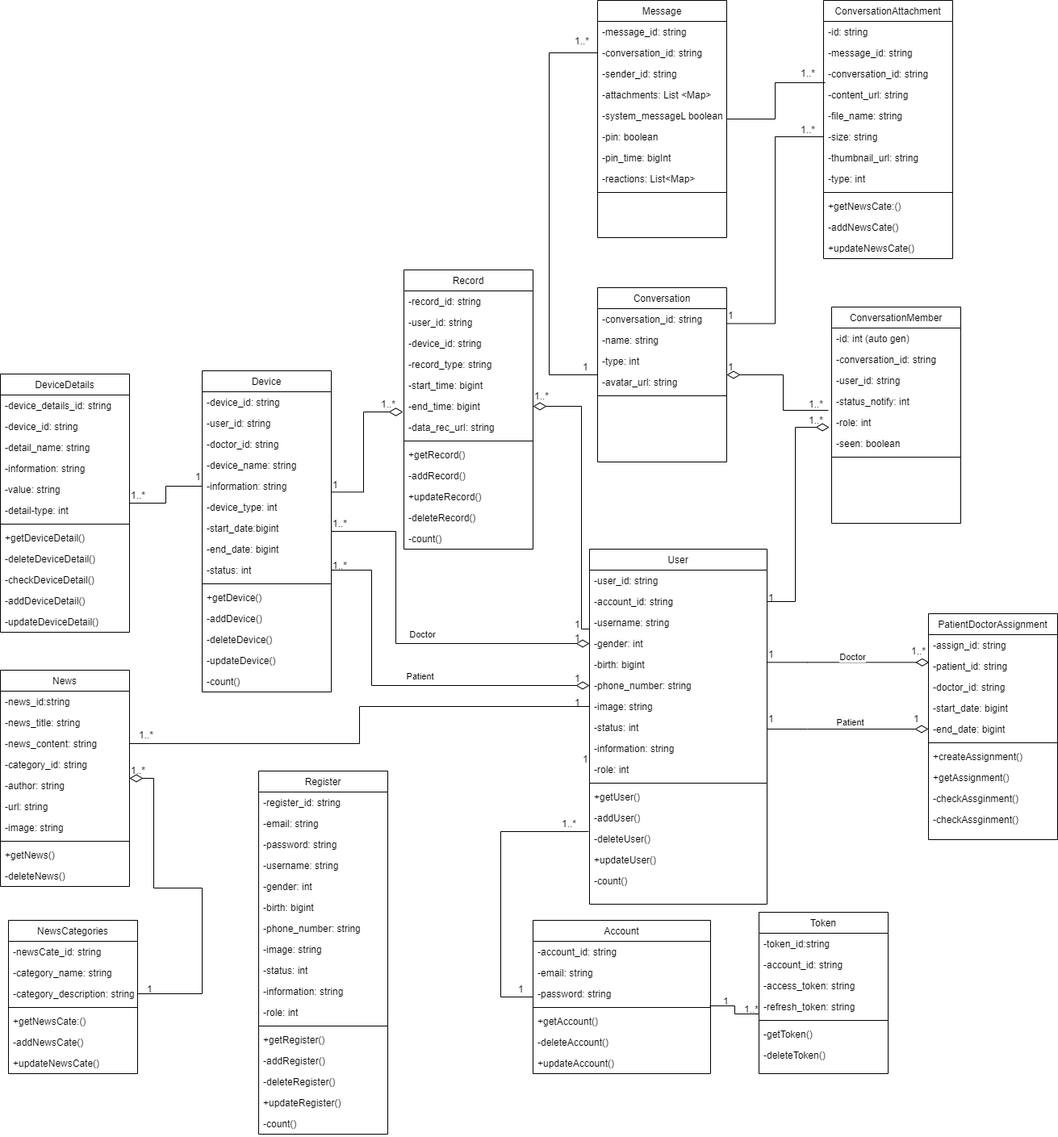
This is latex_thesis/Images/UML/UMl.drawio.png from techcomrade/fmECG, a draw.io export, as it was before one commit. Source tidied: cells renumbered, new cells last; positions are measured from the earlier drawing's top-left corner, leaving out a move shared by most shapes.
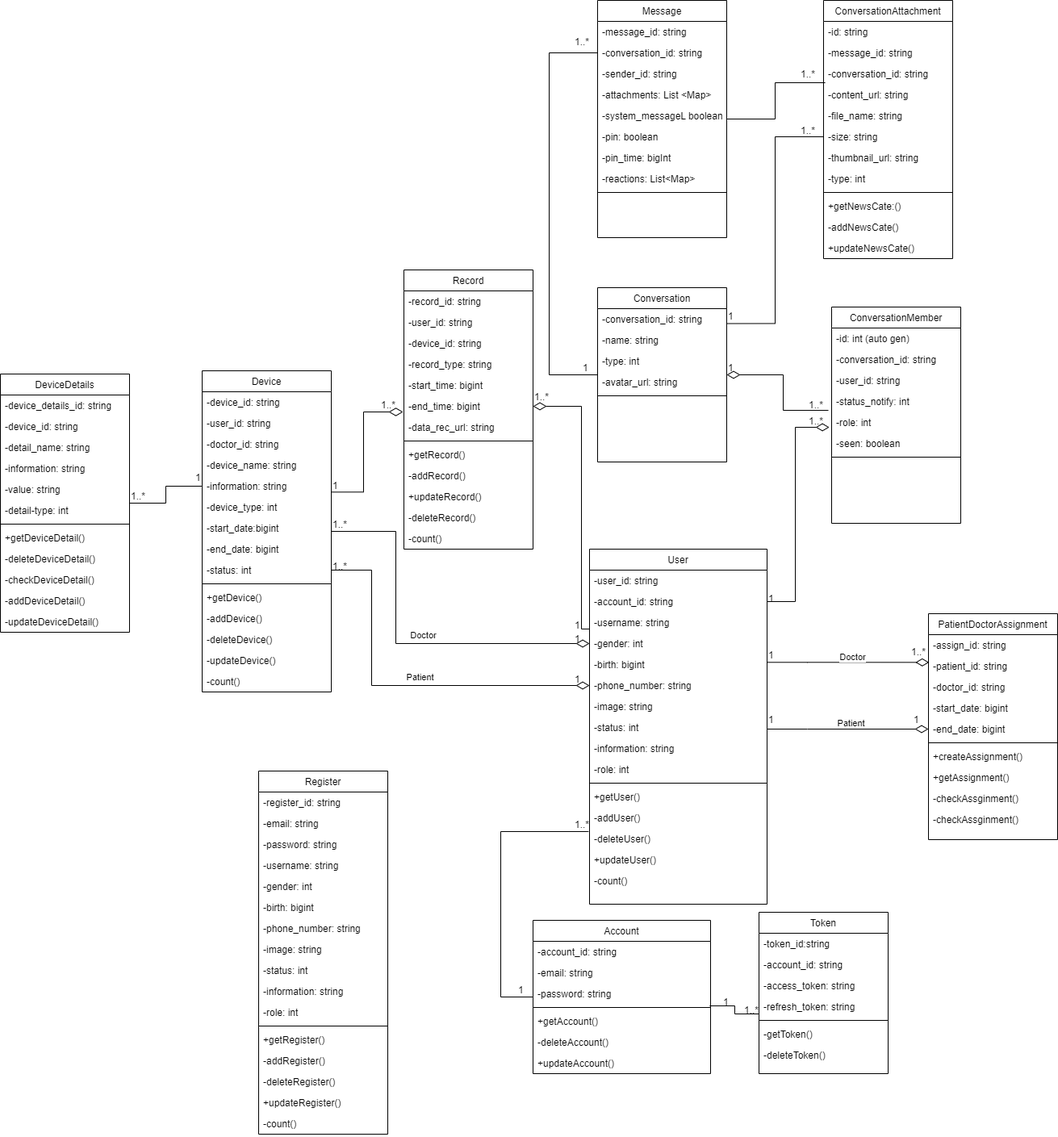
Above is the later version.

Diff of the diagram source:
```diff
@@ -127,49 +127,6 @@
     <mxCell id="41" value="-updateDeviceDetail()" style="text;align=left;verticalAlign=top;spacingLeft=4;spacingRight=4;overflow=hidden;" parent="29" vertex="1">
       <mxGeometry y="294" width="160" height="26" as="geometry" />
     </mxCell>
-    <mxCell id="42" style="edgeStyle=orthogonalEdgeStyle;rounded=0;jettySize=auto;html=1;entryX=1;entryY=0.5;entryDx=0;entryDy=0;endArrow=none;endFill=0;startArrow=diamondThin;startFill=0;startSize=14;" parent="1" edge="1" source="43" target="80">
-      <mxGeometry relative="1" as="geometry">
-        <Array as="points">
-          <mxPoint x="190" y="964" />
-          <mxPoint x="190" y="1100" />
-          <mxPoint x="250" y="1100" />
-          <mxPoint x="250" y="1231" />
-        </Array>
-      </mxGeometry>
-    </mxCell>
-    <mxCell id="43" value="News " style="swimlane;fontStyle=0;align=center;verticalAlign=top;horizontal=1;startSize=26;rounded=0;shadow=0;strokeWidth=1;" parent="1" vertex="1">
-      <mxGeometry y="830" width="160" height="268" as="geometry" />
-    </mxCell>
-    <mxCell id="44" value="-news_id:string" style="text;align=left;verticalAlign=top;spacingLeft=4;spacingRight=4;overflow=hidden;" parent="43" vertex="1">
-      <mxGeometry y="26" width="160" height="26" as="geometry" />
-    </mxCell>
-    <mxCell id="45" value="-news_title: string" style="text;align=left;verticalAlign=top;spacingLeft=4;spacingRight=4;overflow=hidden;rounded=0;shadow=0;html=0;" parent="43" vertex="1">
-      <mxGeometry y="52" width="160" height="26" as="geometry" />
-    </mxCell>
-    <mxCell id="46" value="-news_content: string" style="text;align=left;verticalAlign=top;spacingLeft=4;spacingRight=4;overflow=hidden;points=[[0,0.5],[1,0.5]];portConstraint=eastwest;rounded=0;shadow=0;html=0;" parent="43" vertex="1">
-      <mxGeometry y="78" width="160" height="26" as="geometry" />
-    </mxCell>
-    <mxCell id="47" value="-category_id: string" style="text;align=left;verticalAlign=top;spacingLeft=4;spacingRight=4;overflow=hidden;rounded=0;shadow=0;html=0;" parent="43" vertex="1">
-      <mxGeometry y="104" width="160" height="26" as="geometry" />
-    </mxCell>
-    <mxCell id="48" value="-author: string" style="text;align=left;verticalAlign=top;spacingLeft=4;spacingRight=4;overflow=hidden;rounded=0;shadow=0;html=0;" parent="43" vertex="1">
-      <mxGeometry y="130" width="160" height="26" as="geometry" />
-    </mxCell>
-    <mxCell id="49" value="-url: string" style="text;align=left;verticalAlign=top;spacingLeft=4;spacingRight=4;overflow=hidden;rounded=0;shadow=0;html=0;" parent="43" vertex="1">
-      <mxGeometry y="156" width="160" height="26" as="geometry" />
-    </mxCell>
-    <mxCell id="50" value="-image: string" style="text;align=left;verticalAlign=top;spacingLeft=4;spacingRight=4;overflow=hidden;rounded=0;shadow=0;html=0;" parent="43" vertex="1">
-      <mxGeometry y="182" width="160" height="26" as="geometry" />
-    </mxCell>
-    <mxCell id="51" style="line;html=1;strokeWidth=1;align=left;verticalAlign=middle;spacingTop=-1;spacingLeft=3;spacingRight=3;labelPosition=right;" parent="43" vertex="1">
-      <mxGeometry y="208" width="160" height="8" as="geometry" />
-    </mxCell>
-    <mxCell id="52" value="+getNews()" style="text;align=left;verticalAlign=top;spacingLeft=4;spacingRight=4;overflow=hidden;" parent="43" vertex="1">
-      <mxGeometry y="216" width="160" height="26" as="geometry" />
-    </mxCell>
-    <mxCell id="53" value="-deleteNews()" style="text;align=left;verticalAlign=top;spacingLeft=4;spacingRight=4;overflow=hidden;" parent="43" vertex="1">
-      <mxGeometry y="242" width="160" height="26" as="geometry" />
-    </mxCell>
     <mxCell id="54" style="edgeStyle=orthogonalEdgeStyle;rounded=0;jettySize=auto;html=1;entryX=0.995;entryY=-0.231;entryDx=0;entryDy=0;entryPerimeter=0;endArrow=none;endFill=0;endSize=14;exitX=0;exitY=0.846;exitDx=0;exitDy=0;exitPerimeter=0;" parent="1" edge="1" source="59" target="25">
       <mxGeometry relative="1" as="geometry" />
     </mxCell>
@@ -239,30 +196,6 @@
     <mxCell id="76" value="-count()" style="text;align=left;verticalAlign=top;spacingLeft=4;spacingRight=4;overflow=hidden;" parent="63" vertex="1">
       <mxGeometry y="320" width="160" height="26" as="geometry" />
     </mxCell>
-    <mxCell id="77" value="NewsCategories " style="swimlane;fontStyle=0;align=center;verticalAlign=top;horizontal=1;startSize=26;rounded=0;shadow=0;strokeWidth=1;" parent="1" vertex="1">
-      <mxGeometry x="10" y="1140" width="160" height="190" as="geometry" />
-    </mxCell>
-    <mxCell id="78" value="-newsCate_id: string" style="text;align=left;verticalAlign=top;spacingLeft=4;spacingRight=4;overflow=hidden;" parent="77" vertex="1">
-      <mxGeometry y="26" width="160" height="26" as="geometry" />
-    </mxCell>
-    <mxCell id="79" value="-category_name: string" style="text;align=left;verticalAlign=top;spacingLeft=4;spacingRight=4;overflow=hidden;rounded=0;shadow=0;html=0;" parent="77" vertex="1">
-      <mxGeometry y="52" width="160" height="26" as="geometry" />
-    </mxCell>
-    <mxCell id="80" value="-category_description: string" style="text;align=left;verticalAlign=top;spacingLeft=4;spacingRight=4;overflow=hidden;points=[[0,0.5],[1,0.5]];portConstraint=eastwest;rounded=0;shadow=0;html=0;" parent="77" vertex="1">
-      <mxGeometry y="78" width="160" height="26" as="geometry" />
-    </mxCell>
-    <mxCell id="81" style="line;html=1;strokeWidth=1;align=left;verticalAlign=middle;spacingTop=-1;spacingLeft=3;spacingRight=3;labelPosition=right;" parent="77" vertex="1">
-      <mxGeometry y="104" width="160" height="8" as="geometry" />
-    </mxCell>
-    <mxCell id="82" value="+getNewsCate:()" style="text;align=left;verticalAlign=top;spacingLeft=4;spacingRight=4;overflow=hidden;" parent="77" vertex="1">
-      <mxGeometry y="112" width="160" height="26" as="geometry" />
-    </mxCell>
-    <mxCell id="83" value="-addNewsCate()" style="text;align=left;verticalAlign=top;spacingLeft=4;spacingRight=4;overflow=hidden;" parent="77" vertex="1">
-      <mxGeometry y="138" width="160" height="26" as="geometry" />
-    </mxCell>
-    <mxCell id="84" value="+updateNewsCate()" style="text;align=left;verticalAlign=top;spacingLeft=4;spacingRight=4;overflow=hidden;" parent="77" vertex="1">
-      <mxGeometry y="164" width="160" height="26" as="geometry" />
-    </mxCell>
     <mxCell id="85" style="edgeStyle=orthogonalEdgeStyle;rounded=0;jettySize=auto;html=1;endArrow=diamondThin;endFill=0;endSize=14;" parent="1" edge="1" source="87">
       <mxGeometry relative="1" as="geometry">
         <mxPoint x="730" y="797" as="targetPoint" />
@@ -469,11 +402,8 @@
       </mxGeometry>
     </mxCell>
     <mxCell id="142" value="1..*" style="align=left;verticalAlign=bottom;labelBackgroundColor=none;fontSize=12;direction=south;" parent="1" vertex="1">
-      <mxGeometry x="694" y="1030" as="geometry" />
+      <mxGeometry x="710" y="1030" as="geometry" />
     </mxCell>
-    <mxCell id="143" value="1..*" style="align=left;verticalAlign=bottom;labelBackgroundColor=none;fontSize=12;direction=south;" parent="1" vertex="1">
-      <mxGeometry x="160" y="964" as="geometry" />
-    </mxCell>
     <mxCell id="144" value="1..*" style="align=left;verticalAlign=bottom;labelBackgroundColor=none;fontSize=12;direction=south;" parent="1" vertex="1">
       <mxGeometry x="470" y="510" as="geometry" />
     </mxCell>
@@ -492,9 +422,6 @@
     <mxCell id="149" value="1" style="align=left;verticalAlign=bottom;labelBackgroundColor=none;fontSize=12;direction=south;" parent="1" vertex="1">
       <mxGeometry x="710" y="783" as="geometry" />
     </mxCell>
-    <mxCell id="150" value="1" style="align=left;verticalAlign=bottom;labelBackgroundColor=none;fontSize=12;direction=south;" parent="1" vertex="1">
-      <mxGeometry x="720" y="950" as="geometry" />
-    </mxCell>
     <mxCell id="151" value="1" style="align=left;verticalAlign=bottom;labelBackgroundColor=none;fontSize=12;direction=south;" parent="1" vertex="1">
       <mxGeometry x="640" y="1235" as="geometry" />
     </mxCell>
@@ -503,9 +430,6 @@
         <mxPoint x="4" as="offset" />
       </mxGeometry>
     </mxCell>
-    <mxCell id="153" value="1" style="align=left;verticalAlign=bottom;labelBackgroundColor=none;fontSize=12;direction=south;" parent="1" vertex="1">
-      <mxGeometry x="180" y="1235" as="geometry" />
-    </mxCell>
     <mxCell id="154" value="1" style="align=left;verticalAlign=bottom;labelBackgroundColor=none;fontSize=12;direction=south;" parent="1" vertex="1">
       <mxGeometry x="950" y="820" as="geometry" />
     </mxCell>
@@ -661,15 +585,6 @@
     <mxCell id="203" value="1" style="align=left;verticalAlign=bottom;labelBackgroundColor=none;fontSize=12;direction=south;" parent="1" vertex="1">
       <mxGeometry x="720" y="464" as="geometry" />
     </mxCell>
-    <mxCell id="204" style="edgeStyle=orthogonalEdgeStyle;rounded=0;jettySize=auto;html=1;entryX=1;entryY=0.5;entryDx=0;entryDy=0;endArrow=none;endFill=0;endSize=14;" parent="1" edge="1" source="10" target="46">
-      <mxGeometry relative="1" as="geometry" />
-    </mxCell>
-    <mxCell id="205" value="1" style="align=left;verticalAlign=bottom;labelBackgroundColor=none;fontSize=12;direction=south;" parent="1" vertex="1">
-      <mxGeometry x="710" y="880" as="geometry" />
-    </mxCell>
-    <mxCell id="206" value="1..*" style="align=left;verticalAlign=bottom;labelBackgroundColor=none;fontSize=12;direction=south;" parent="1" vertex="1">
-      <mxGeometry x="170" y="920" as="geometry" />
-    </mxCell>
     <mxCell id="207" style="edgeStyle=orthogonalEdgeStyle;rounded=0;jettySize=auto;html=1;entryX=1.006;entryY=0.711;entryDx=0;entryDy=0;entryPerimeter=0;endArrow=none;endFill=0;" parent="1" edge="1" source="176" target="157">
       <mxGeometry relative="1" as="geometry" />
     </mxCell>
```
